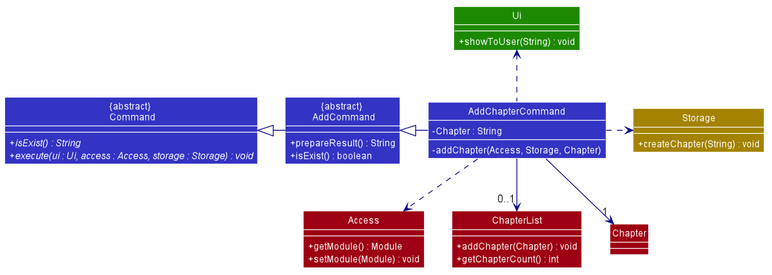
Earlier version of the PlantUML export docs/UML/AddChapterCommandClass.png (nus-cs2113-AY2021S1/tp).
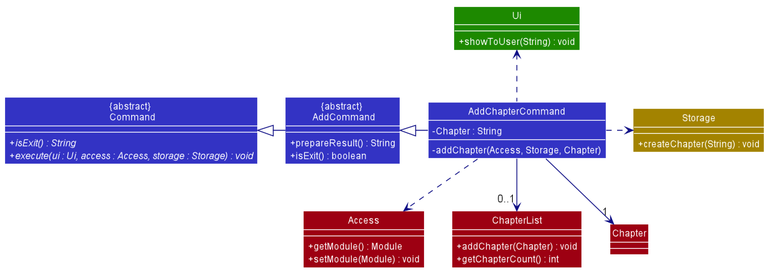
Above is the later version.

Diff of the diagram source:
```diff
@@ -55,11 +55,11 @@
 
 class "{abstract} \n AddCommand" as AddCommand #3333C4{
     + prepareResult() : String
-    + isExist() : boolean
+    + isExit() : boolean
 }
 
 class "{abstract} \n Command" as Command #3333C4{
-    + {abstract} isExist() : String
+    + {abstract} isExit() : String
     + {abstract} execute(ui : Ui, access : Access, storage : Storage) : void
 }
 
```
